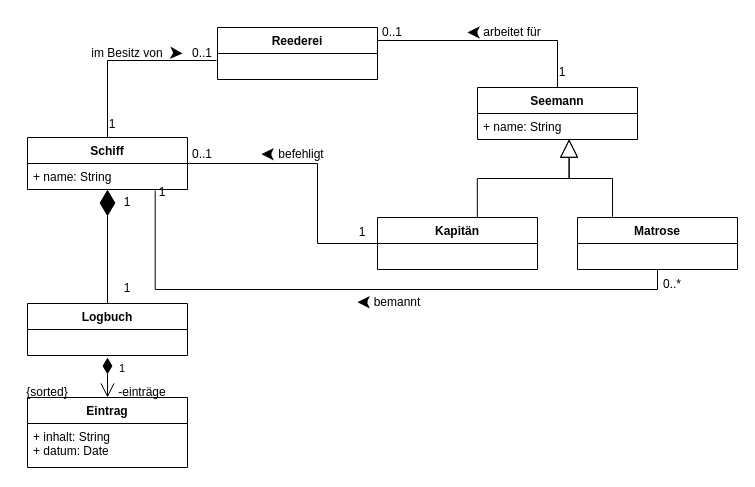
Above: Reederei.drawio in juliaemilie/pse_diagrams (draw.io), before the change. Source tidied: cells renumbered, new cells numbered last; positions are measured from the earlier drawing's top-left corner, leaving out a move shared by most shapes. Both pictures are drawn from the tidied source at 100%, with x=0, y=0 at pixel (17, 17).
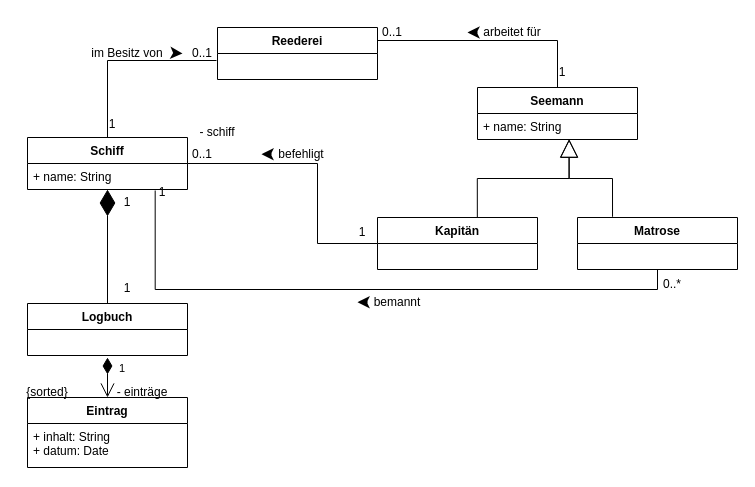
Above is the later version.

Diff of the diagram source:
```diff
@@
-    <mxCell id="39" value="-einträge" style="text;html=1;strokeColor=none;fillColor=none;align=center;verticalAlign=middle;whiteSpace=wrap;rounded=0;" parent="1" vertex="1">
+    <mxCell id="39" value="- einträge" style="text;html=1;strokeColor=none;fillColor=none;align=center;verticalAlign=middle;whiteSpace=wrap;rounded=0;" parent="1" vertex="1">
       <mxGeometry x="95" y="360" width="60" height="30" as="geometry" />
     </mxCell>
+    <mxCell id="40" value="- schiff" style="text;html=1;strokeColor=none;fillColor=none;align=center;verticalAlign=middle;whiteSpace=wrap;rounded=0;" parent="1" vertex="1">
+      <mxGeometry x="170" y="100" width="60" height="30" as="geometry" />
+    </mxCell>
```
